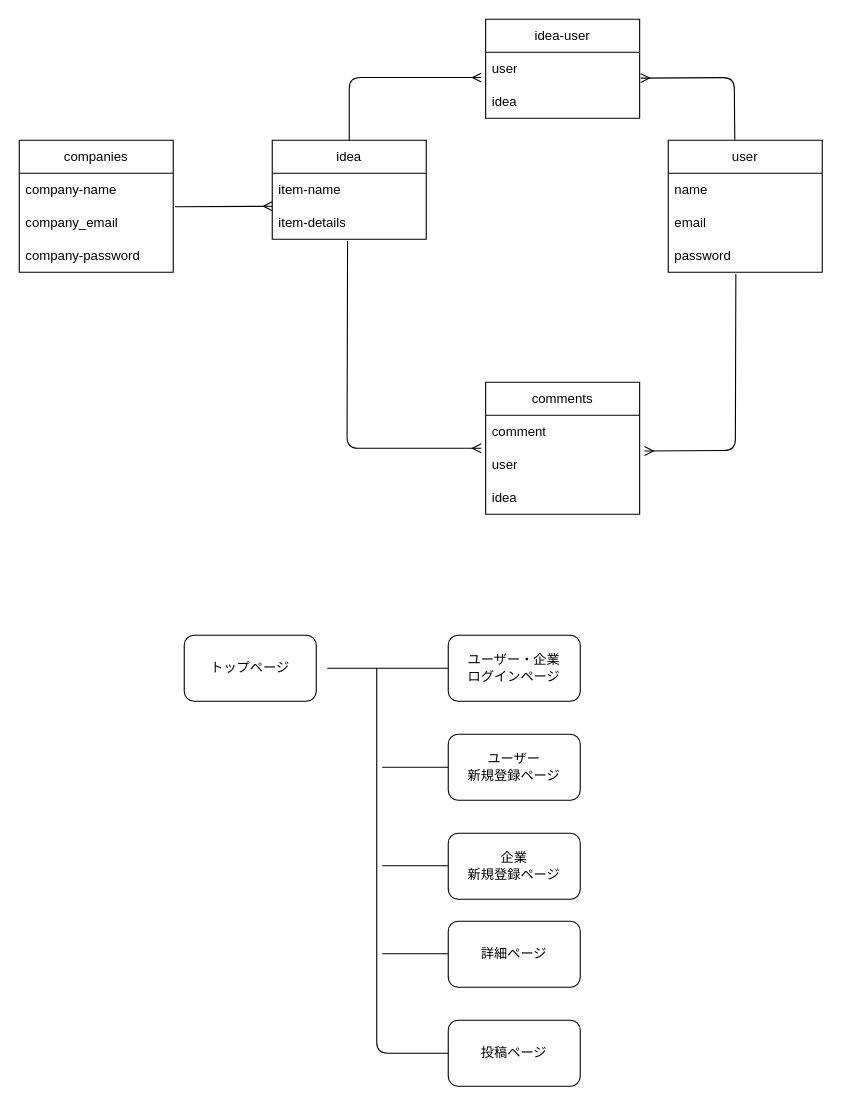
Before: test.dio in miyasan-09/idea-plus, a draw.io diagram. Source tidied: cells renumbered, new cells numbered last; positions are measured from the earlier drawing's top-left corner, leaving out a move shared by most shapes. Both pictures are drawn from the tidied source at 110%, with x=0, y=0 at pixel (19, 19).
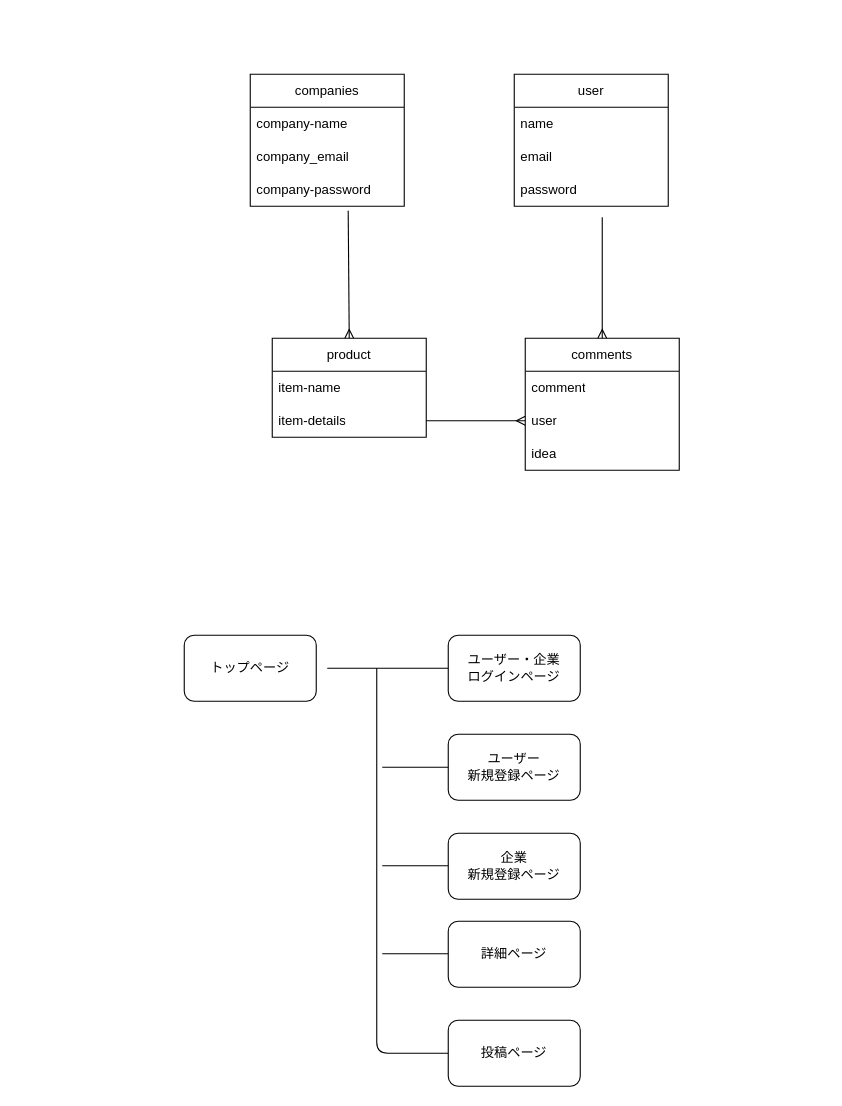
The same page after the edit.

The change refers to these unchanged cells:
```xml
<mxCell id="4" value="item-details" style="text;strokeColor=none;fillColor=none;align=left;verticalAlign=middle;spacingLeft=4;spacingRight=4;overflow=hidden;points=[[0,0.5],[1,0.5]];portConstraint=eastwest;whiteSpace=wrap;html=1;" parent="2" vertex="1">
  <mxGeometry y="60" width="140" height="30" as="geometry" />
</mxCell>
<mxCell id="8" value="password" style="text;strokeColor=none;fillColor=none;align=left;verticalAlign=middle;spacingLeft=4;spacingRight=4;overflow=hidden;points=[[0,0.5],[1,0.5]];portConstraint=eastwest;whiteSpace=wrap;html=1;" parent="5" vertex="1">
  <mxGeometry y="90" width="140" height="30" as="geometry" />
</mxCell>
<mxCell id="10" value="company-name" style="text;strokeColor=none;fillColor=none;align=left;verticalAlign=middle;spacingLeft=4;spacingRight=4;overflow=hidden;points=[[0,0.5],[1,0.5]];portConstraint=eastwest;whiteSpace=wrap;html=1;" parent="9" vertex="1">
  <mxGeometry y="30" width="140" height="30" as="geometry" />
</mxCell>
<mxCell id="12" value="company-password" style="text;strokeColor=none;fillColor=none;align=left;verticalAlign=middle;spacingLeft=4;spacingRight=4;overflow=hidden;points=[[0,0.5],[1,0.5]];portConstraint=eastwest;whiteSpace=wrap;html=1;" parent="9" vertex="1">
  <mxGeometry y="90" width="140" height="30" as="geometry" />
</mxCell>
<mxCell id="18" value="user" style="text;strokeColor=none;fillColor=none;align=left;verticalAlign=middle;spacingLeft=4;spacingRight=4;overflow=hidden;points=[[0,0.5],[1,0.5]];portConstraint=eastwest;whiteSpace=wrap;html=1;" parent="16" vertex="1">
  <mxGeometry y="60" width="140" height="30" as="geometry" />
</mxCell>
```

The edit, as a diff of the source:
```diff
@@
-    <mxCell id="2" value="idea" style="swimlane;fontStyle=0;horizontal=1;startSize=30;whiteSpace=wrap;html=1;" parent="1" vertex="1">
-      <mxGeometry x="230" y="110" width="140" height="90" as="geometry" />
+    <mxCell id="2" value="product" style="swimlane;fontStyle=0;horizontal=1;startSize=30;whiteSpace=wrap;html=1;" parent="1" vertex="1">
+      <mxGeometry x="230" y="290" width="140" height="90" as="geometry" />
     </mxCell>
@@
     <mxCell id="5" value="user" style="swimlane;fontStyle=0;horizontal=1;startSize=30;whiteSpace=wrap;html=1;" parent="1" vertex="1">
-      <mxGeometry x="590" y="110" width="140" height="120" as="geometry" />
+      <mxGeometry x="450" y="50" width="140" height="120" as="geometry" />
     </mxCell>
@@
     <mxCell id="9" value="companies" style="swimlane;fontStyle=0;horizontal=1;startSize=30;whiteSpace=wrap;html=1;" parent="1" vertex="1">
-      <mxGeometry y="110" width="140" height="120" as="geometry" />
+      <mxGeometry x="210" y="50" width="140" height="120" as="geometry" />
     </mxCell>
@@
-    <mxCell id="13" value="idea-user" style="swimlane;fontStyle=0;horizontal=1;startSize=30;whiteSpace=wrap;html=1;" parent="1" vertex="1">
-      <mxGeometry x="424" width="140" height="90" as="geometry" />
-    </mxCell>
-    <mxCell id="14" value="user" style="text;strokeColor=none;fillColor=none;align=left;verticalAlign=middle;spacingLeft=4;spacingRight=4;overflow=hidden;points=[[0,0.5],[1,0.5]];portConstraint=eastwest;whiteSpace=wrap;html=1;" parent="13" vertex="1">
-      <mxGeometry y="30" width="140" height="30" as="geometry" />
-    </mxCell>
-    <mxCell id="15" value="idea" style="text;strokeColor=none;fillColor=none;align=left;verticalAlign=middle;spacingLeft=4;spacingRight=4;overflow=hidden;whiteSpace=wrap;html=1;" parent="13" vertex="1">
-      <mxGeometry y="60" width="140" height="30" as="geometry" />
-    </mxCell>
     <mxCell id="16" value="comments" style="swimlane;fontStyle=0;horizontal=1;startSize=30;whiteSpace=wrap;html=1;" parent="1" vertex="1">
-      <mxGeometry x="424" y="330" width="140" height="120" as="geometry" />
+      <mxGeometry x="460" y="290" width="140" height="120" as="geometry" />
     </mxCell>
@@
-    <mxCell id="20" style="endArrow=none;html=1;entryX=1.011;entryY=1.017;entryDx=0;entryDy=0;startArrow=ERmany;startFill=0;entryPerimeter=0;targetPerimeterSpacing=0;sourcePerimeterSpacing=0;endSize=6;" parent="1" edge="1" target="10">
-      <mxGeometry relative="1" as="geometry">
-        <mxPoint x="230" y="170" as="sourcePoint" />
-      </mxGeometry>
+    <mxCell id="20" style="endArrow=none;html=1;startArrow=ERmany;startFill=0;targetPerimeterSpacing=0;sourcePerimeterSpacing=0;endSize=6;exitX=0.5;exitY=0;exitDx=0;exitDy=0;entryX=0.636;entryY=1.133;entryDx=0;entryDy=0;entryPerimeter=0;" parent="1" edge="1" source="2" target="12">
+      <mxGeometry relative="1" as="geometry" />
     </mxCell>
-    <mxCell id="21" style="endArrow=none;html=1;endSize=6;sourcePerimeterSpacing=0;targetPerimeterSpacing=0;exitX=1.032;exitY=0.083;exitDx=0;exitDy=0;endFill=0;entryX=0.439;entryY=1.05;entryDx=0;entryDy=0;entryPerimeter=0;exitPerimeter=0;startArrow=ERmany;startFill=0;" parent="1" edge="1" source="18" target="8">
+    <mxCell id="21" style="endArrow=none;html=1;endSize=6;sourcePerimeterSpacing=0;targetPerimeterSpacing=0;exitX=0.5;exitY=0;exitDx=0;exitDy=0;endFill=0;startArrow=ERmany;startFill=0;" parent="1" edge="1" source="16">
       <mxGeometry relative="1" as="geometry">
+        <mxPoint x="530" y="180" as="targetPoint" />
         <Array as="points">
-          <mxPoint x="651" y="392" />
+          <mxPoint x="530" y="240" />
         </Array>
       </mxGeometry>
     </mxCell>
-    <mxCell id="22" style="endArrow=ERmany;html=1;endSize=6;sourcePerimeterSpacing=0;targetPerimeterSpacing=0;startArrow=none;startFill=0;endFill=0;exitX=0.5;exitY=0;exitDx=0;exitDy=0;" parent="1" edge="1" source="2">
-      <mxGeometry relative="1" as="geometry">
-        <mxPoint x="420" y="53" as="targetPoint" />
-        <Array as="points">
-          <mxPoint x="300" y="53" />
-        </Array>
-      </mxGeometry>
-    </mxCell>
-    <mxCell id="23" style="endArrow=none;html=1;endSize=6;sourcePerimeterSpacing=0;targetPerimeterSpacing=0;exitX=1.007;exitY=0.783;exitDx=0;exitDy=0;exitPerimeter=0;startArrow=ERmany;startFill=0;entryX=0.432;entryY=-0.004;entryDx=0;entryDy=0;entryPerimeter=0;" parent="1" edge="1" source="14" target="5">
-      <mxGeometry relative="1" as="geometry">
-        <Array as="points">
-          <mxPoint x="650" y="53" />
-        </Array>
-      </mxGeometry>
-    </mxCell>
-    <mxCell id="24" style="endArrow=ERmany;html=1;endSize=6;sourcePerimeterSpacing=0;targetPerimeterSpacing=0;exitX=0.489;exitY=1.05;exitDx=0;exitDy=0;exitPerimeter=0;startArrow=none;startFill=0;endFill=0;" parent="1" edge="1" source="4">
-      <mxGeometry relative="1" as="geometry">
-        <mxPoint x="420" y="390" as="targetPoint" />
-        <Array as="points">
-          <mxPoint x="298" y="390" />
-        </Array>
-      </mxGeometry>
+    <mxCell id="24" style="endArrow=ERmany;html=1;endSize=6;sourcePerimeterSpacing=0;targetPerimeterSpacing=0;exitX=1;exitY=0.5;exitDx=0;exitDy=0;startArrow=none;startFill=0;endFill=0;entryX=0;entryY=0.5;entryDx=0;entryDy=0;" parent="1" edge="1" source="4" target="18">
+      <mxGeometry relative="1" as="geometry" />
     </mxCell>
```
